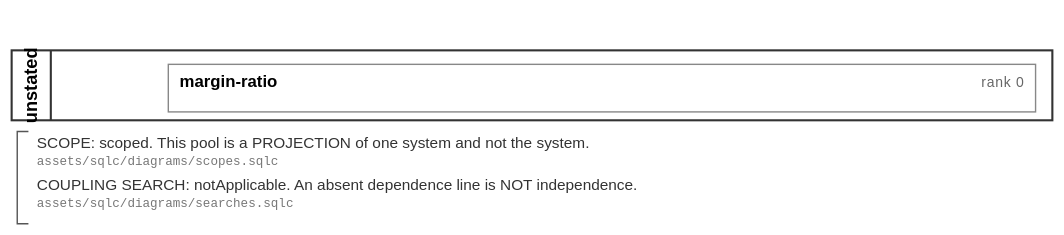
This is assets/svg/filings/unstated.svg from soulstompp/process-modulus, a BPMN export, as it was before one commit. Its source is kept beside it as assets/bpmn/filings/unstated.bpmn. Ids are renumbered.
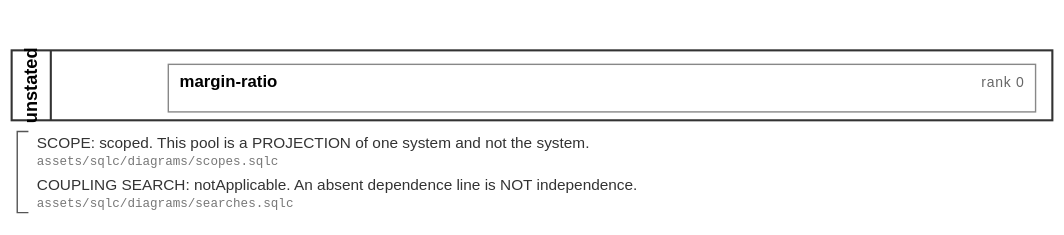
Later version of the same file.

What changed in the source:
```diff
@@ -5,6 +5,7 @@
              xmlns:tns="urn:example:filing:acme-platform:2026-08-30-margin"
              xmlns:bpmndi="http://www.omg.org/spec/BPMN/20100524/DI"
              xmlns:dc="http://www.omg.org/spec/DD/20100524/DC"
+             xmlns:di="http://www.omg.org/spec/DD/20100524/DI"
              targetNamespace="urn:example:filing:acme-platform:2026-08-30-margin"
              id="defs_unstated">
   <collaboration id="collab_unstated">
@@ -34,6 +35,12 @@
       <bpmndi:BPMNShape id="shape_unstated_lane_unstated_margin-ratio" bpmnElement="tns:lane_unstated_margin-ratio">
         <dc:Bounds x="120" y="46" width="620" height="34"/>
       </bpmndi:BPMNShape>
+      <bpmndi:BPMNShape id="shape_unstated_note_unstated_scope" bpmnElement="tns:note_unstated_scope">
+        <dc:Bounds x="20" y="94" width="720" height="28"/>
+      </bpmndi:BPMNShape>
+      <bpmndi:BPMNShape id="shape_unstated_note_unstated_search" bpmnElement="tns:note_unstated_search">
+        <dc:Bounds x="20" y="124" width="720" height="28"/>
+      </bpmndi:BPMNShape>
     </bpmndi:BPMNPlane>
   </bpmndi:BPMNDiagram>
 </definitions>
```
